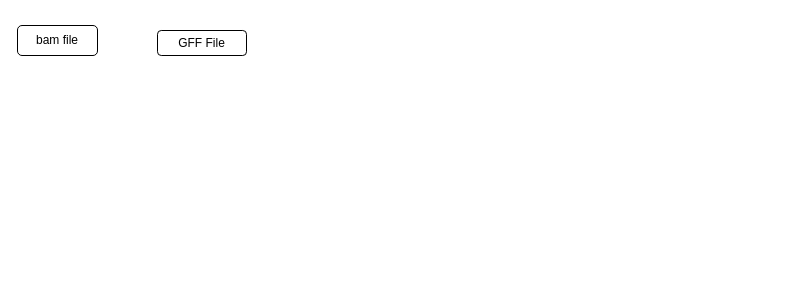
This is featurecounts_and_htseq/Untitled Diagram.drawio from rmFlynn/Wrighton_diagrams, a draw.io file, before an edit. Source tidied: cells renumbered, new cells numbered last; positions are measured from the earlier drawing's top-left corner, leaving out a move shared by most shapes. Both pictures are drawn from the tidied source at 100%, with x=0, y=0 at pixel (17, 25).
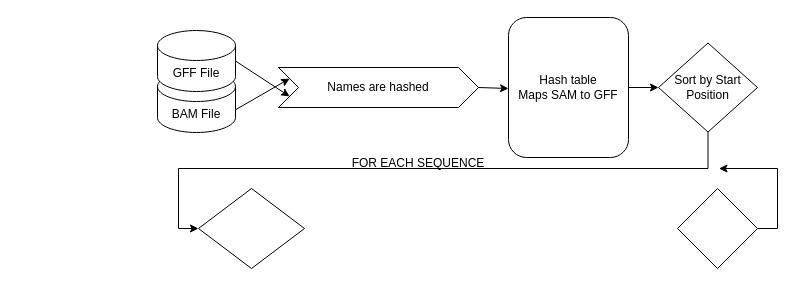
After the change.

The edit, as a diff of the source:
```diff
@@
 <mxGraphModel>
   <root>
     <mxCell id="0" />
     <mxCell id="1" parent="0" />
-    <mxCell id="2" value="bam file" style="rounded=1;whiteSpace=wrap;html=1;" parent="1" vertex="1">
-      <mxGeometry width="80" height="30" as="geometry" />
-    </mxCell>
+    <mxCell id="4" value="Names are hashed" style="shape=step;perimeter=stepPerimeter;whiteSpace=wrap;html=1;fixedSize=1;" parent="1" vertex="1">
+      <mxGeometry x="261" y="42" width="200" height="40" as="geometry" />
+    </mxCell>
+    <mxCell id="5" style="edgeStyle=orthogonalEdgeStyle;rounded=0;jettySize=auto;html=1;exitX=1;exitY=0.5;exitDx=0;exitDy=0;" parent="1" edge="1" source="6" target="9">
+      <mxGeometry relative="1" as="geometry" />
+    </mxCell>
+    <mxCell id="6" value="&lt;div&gt;Hash table&lt;/div&gt;&lt;div&gt;Maps SAM to GFF&lt;br&gt;&lt;/div&gt;" style="rounded=1;whiteSpace=wrap;html=1;" parent="1" vertex="1">
+      <mxGeometry x="491" y="-8" width="120" height="140" as="geometry" />
+    </mxCell>
+    <mxCell id="7" value="BAM File" style="shape=cylinder3;whiteSpace=wrap;html=1;boundedLbl=1;backgroundOutline=1;size=15;" parent="1" vertex="1">
+      <mxGeometry x="140" y="46" width="78" height="61" as="geometry" />
+    </mxCell>
-    <mxCell id="3" value="&lt;div&gt;GFF File&lt;/div&gt;" style="rounded=1;whiteSpace=wrap;html=1;" parent="1" vertex="1">
-      <mxGeometry x="140" y="5" width="89" height="25" as="geometry" />
+    <mxCell id="3" value="GFF File" style="shape=cylinder3;whiteSpace=wrap;html=1;boundedLbl=1;backgroundOutline=1;size=15;" parent="1" vertex="1">
+      <mxGeometry x="140" y="5" width="78" height="61" as="geometry" />
     </mxCell>
+    <mxCell id="8" style="edgeStyle=orthogonalEdgeStyle;rounded=0;jettySize=auto;html=1;exitX=0.5;exitY=1;exitDx=0;exitDy=0;entryX=0;entryY=0.5;entryDx=0;entryDy=0;" parent="1" edge="1" source="9" target="15">
+      <mxGeometry relative="1" as="geometry">
+        <Array as="points">
+          <mxPoint x="691" y="143" />
+          <mxPoint x="161" y="143" />
+          <mxPoint x="161" y="203" />
+        </Array>
+      </mxGeometry>
+    </mxCell>
+    <mxCell id="9" value="Sort by Start Position" style="rhombus;whiteSpace=wrap;html=1;" parent="1" vertex="1">
+      <mxGeometry x="641" y="17.5" width="99" height="89" as="geometry" />
+    </mxCell>
+    <mxCell id="10" style="edgeStyle=orthogonalEdgeStyle;rounded=0;jettySize=auto;html=1;exitX=1;exitY=0.5;exitDx=0;exitDy=0;" parent="1" edge="1" source="11">
+      <mxGeometry relative="1" as="geometry">
+        <mxPoint x="701" y="143" as="targetPoint" />
+      </mxGeometry>
+    </mxCell>
+    <mxCell id="11" style="rhombus;whiteSpace=wrap;html=1;" parent="1" vertex="1">
+      <mxGeometry x="660" y="163" width="80" height="80" as="geometry" />
+    </mxCell>
+    <mxCell id="12" style="endArrow=classic;html=1;rounded=0;exitX=1;exitY=0;exitDx=0;exitDy=38.25;exitPerimeter=0;entryX=0;entryY=0.25;entryDx=0;entryDy=0;" parent="1" edge="1" source="7" target="4">
+      <mxGeometry relative="1" as="geometry" />
+    </mxCell>
+    <mxCell id="13" style="endArrow=classic;html=1;rounded=0;exitX=1;exitY=0.5;exitDx=0;exitDy=0;exitPerimeter=0;entryX=0;entryY=0.75;entryDx=0;entryDy=0;" parent="1" edge="1" source="3" target="4">
+      <mxGeometry relative="1" as="geometry" />
+    </mxCell>
+    <mxCell id="14" style="endArrow=classic;html=1;rounded=0;exitX=1;exitY=0.5;exitDx=0;exitDy=0;" parent="1" edge="1" source="4">
+      <mxGeometry relative="1" as="geometry">
+        <mxPoint x="491" y="63" as="targetPoint" />
+      </mxGeometry>
+    </mxCell>
+    <mxCell id="15" style="rhombus;whiteSpace=wrap;html=1;" parent="1" vertex="1">
+      <mxGeometry x="181" y="163" width="106" height="80" as="geometry" />
+    </mxCell>
+    <mxCell id="16" value="FOR EACH SEQUENCE" style="text;html=1;strokeColor=none;fillColor=none;align=center;verticalAlign=middle;whiteSpace=wrap;rounded=0;" parent="1" vertex="1">
+      <mxGeometry x="331" y="123" width="140" height="30" as="geometry" />
+    </mxCell>
   </root>
 </mxGraphModel>
```
